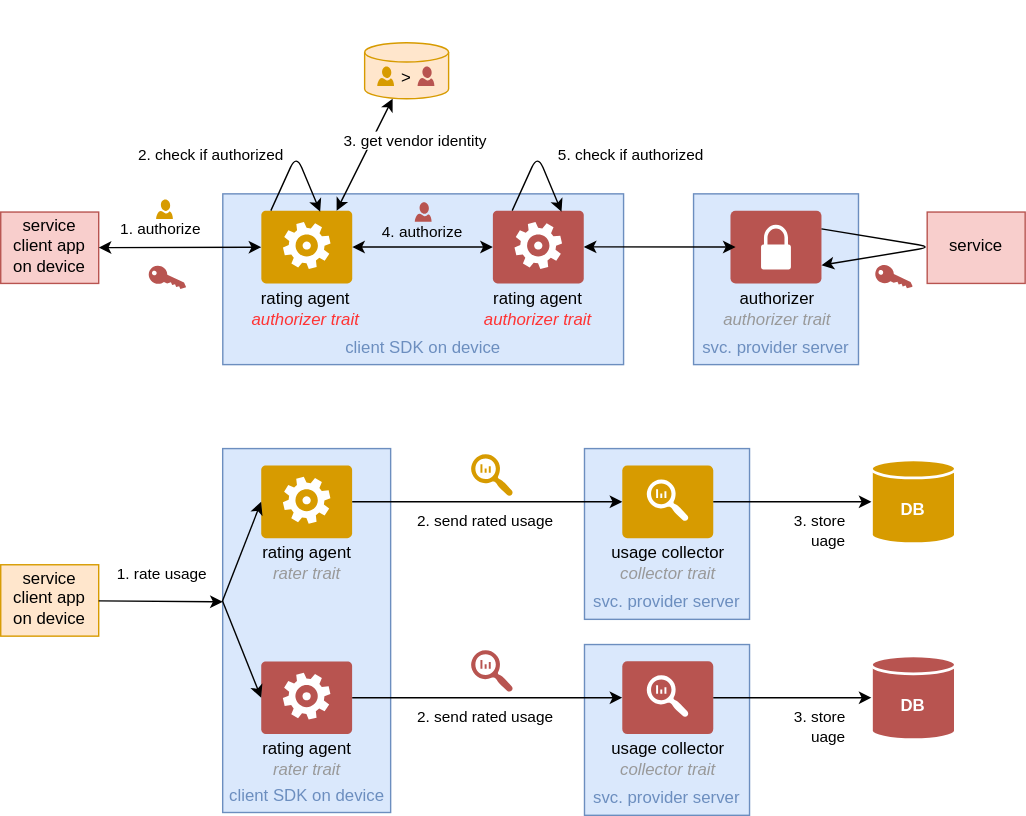
distributed-it-for-telco/distributed-rating-doc keeps this draw.io diagram as src/contract-agent-detailed-composite.drawio.svg. Above is the earlier version. Source tidied: cells renumbered, new cells last; positions are measured from the earlier drawing's top-left corner, leaving out a move shared by most shapes.
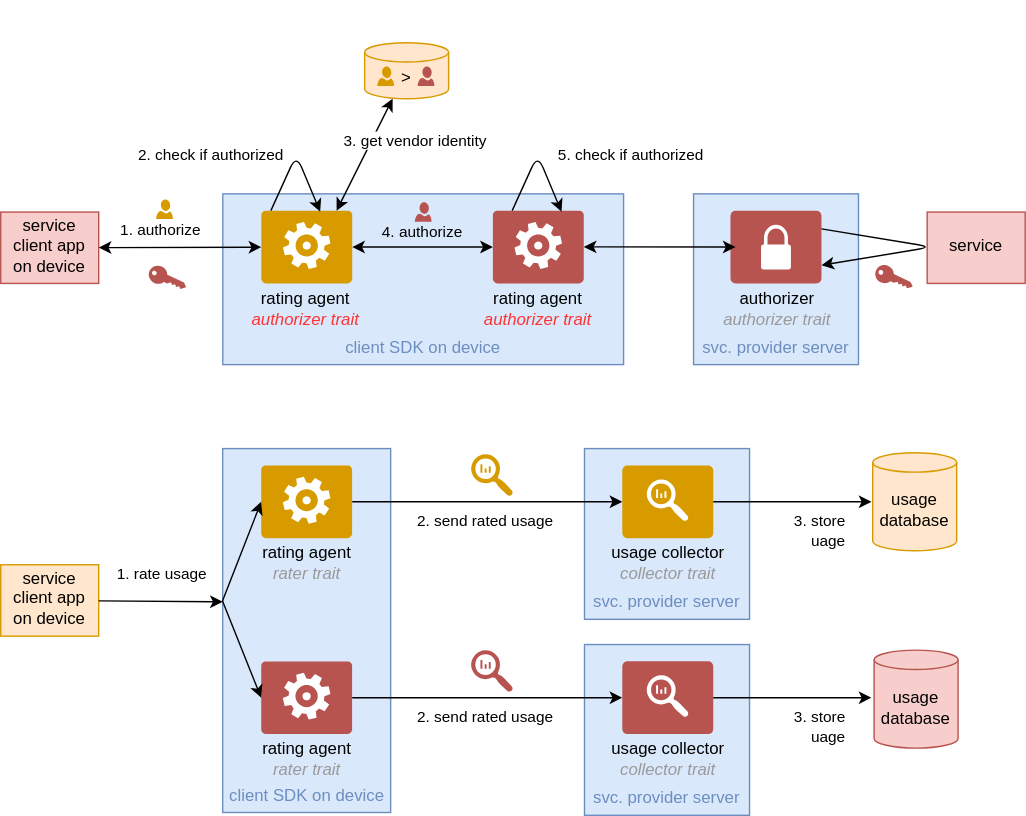
Above is the later version.

Commit message:
clearer convention

Diff of the diagram source:
```diff
@@ -55,11 +55,10 @@
     <mxCell id="18" value="usage collector&lt;br&gt;&lt;i&gt;&lt;font color=&quot;#999999&quot;&gt;collector trait&lt;/font&gt;&lt;/i&gt;" style="text;html=1;strokeColor=none;fillColor=none;align=center;verticalAlign=middle;whiteSpace=wrap;rounded=0;" parent="1" vertex="1">
       <mxGeometry x="433.6" y="387" width="86" height="30" as="geometry" />
     </mxCell>
-    <mxCell id="19" value="DB" style="shape=cylinder3;whiteSpace=wrap;html=1;boundedLbl=1;backgroundOutline=1;size=6.482758620689708;fillColor=#D79B00;strokeColor=#FFFFFF;strokeWidth=2;fontColor=#FFFFFF;fontStyle=1;" parent="1" vertex="1">
-      <mxGeometry x="622.1" y="328" width="60" height="60" as="geometry" />
-    </mxCell>
-    <mxCell id="20" value="3. store&lt;br&gt;&lt;div style=&quot;text-align: right&quot;&gt;uage&lt;/div&gt;" style="endArrow=classic;html=1;exitX=1;exitY=0.5;exitDx=0;exitDy=0;" parent="1" edge="1" source="14" target="19">
-      <mxGeometry x="0.35" y="-21" relative="1" as="geometry" />
+    <mxCell id="20" value="3. store&lt;br&gt;&lt;div style=&quot;text-align: right&quot;&gt;uage&lt;/div&gt;" style="endArrow=classic;html=1;exitX=1;exitY=0.5;exitDx=0;exitDy=0;" parent="1" edge="1" source="14">
+      <mxGeometry x="0.35" y="-21" relative="1" as="geometry">
+        <mxPoint x="622.1" y="358" as="targetPoint" />
+      </mxGeometry>
     </mxCell>
     <mxCell id="21" value="service client app&lt;br&gt;on device" style="rounded=0;whiteSpace=wrap;html=1;fillColor=#ffe6cc;strokeColor=#d79b00;verticalAlign=bottom;spacingBottom=3;" parent="1" vertex="1">
       <mxGeometry y="403" width="70" height="51" as="geometry" />
@@ -173,11 +172,10 @@
     <mxCell id="50" value="usage collector&lt;br&gt;&lt;i&gt;&lt;font color=&quot;#999999&quot;&gt;collector trait&lt;/font&gt;&lt;/i&gt;" style="text;html=1;strokeColor=none;fillColor=none;align=center;verticalAlign=middle;whiteSpace=wrap;rounded=0;" parent="1" vertex="1">
       <mxGeometry x="433.6" y="527" width="86" height="30" as="geometry" />
     </mxCell>
-    <mxCell id="51" value="DB" style="shape=cylinder3;whiteSpace=wrap;html=1;boundedLbl=1;backgroundOutline=1;size=6.482758620689708;fillColor=#B85450;strokeColor=#FFFFFF;strokeWidth=2;fontColor=#FFFFFF;fontStyle=1;" parent="1" vertex="1">
-      <mxGeometry x="622.1" y="468" width="60" height="60" as="geometry" />
-    </mxCell>
-    <mxCell id="52" value="3. store&lt;br&gt;&lt;div style=&quot;text-align: right&quot;&gt;uage&lt;/div&gt;" style="endArrow=classic;html=1;exitX=1;exitY=0.5;exitDx=0;exitDy=0;" parent="1" edge="1" source="46" target="51">
-      <mxGeometry x="0.35" y="-21" relative="1" as="geometry" />
+    <mxCell id="52" value="3. store&lt;br&gt;&lt;div style=&quot;text-align: right&quot;&gt;uage&lt;/div&gt;" style="endArrow=classic;html=1;exitX=1;exitY=0.5;exitDx=0;exitDy=0;" parent="1" edge="1" source="46">
+      <mxGeometry x="0.35" y="-21" relative="1" as="geometry">
+        <mxPoint x="622.1" y="498" as="targetPoint" />
+      </mxGeometry>
     </mxCell>
     <mxCell id="53" style="group;" parent="1" vertex="1">
       <mxGeometry x="186.1" y="472" width="65" height="52" as="geometry" />
@@ -226,5 +224,11 @@
     <mxCell id="67" value="&amp;gt;" style="text;html=1;strokeColor=none;fillColor=none;align=center;verticalAlign=middle;whiteSpace=wrap;rounded=0;" parent="1" vertex="1">
       <mxGeometry x="280" y="45" width="20" height="19" as="geometry" />
     </mxCell>
+    <mxCell id="68" value="usage&lt;br&gt;database" style="shape=cylinder3;whiteSpace=wrap;html=1;boundedLbl=1;backgroundOutline=1;size=6.904761904761841;fillColor=#ffe6cc;strokeColor=#d79b00;verticalAlign=middle;" parent="1" vertex="1">
+      <mxGeometry x="623" y="323" width="60" height="70" as="geometry" />
+    </mxCell>
+    <mxCell id="69" value="usage&lt;br&gt;database" style="shape=cylinder3;whiteSpace=wrap;html=1;boundedLbl=1;backgroundOutline=1;size=6.904761904761841;fillColor=#f8cecc;strokeColor=#b85450;verticalAlign=middle;" parent="1" vertex="1">
+      <mxGeometry x="624" y="464" width="60" height="70" as="geometry" />
+    </mxCell>
   </root>
 </mxGraphModel>
```
